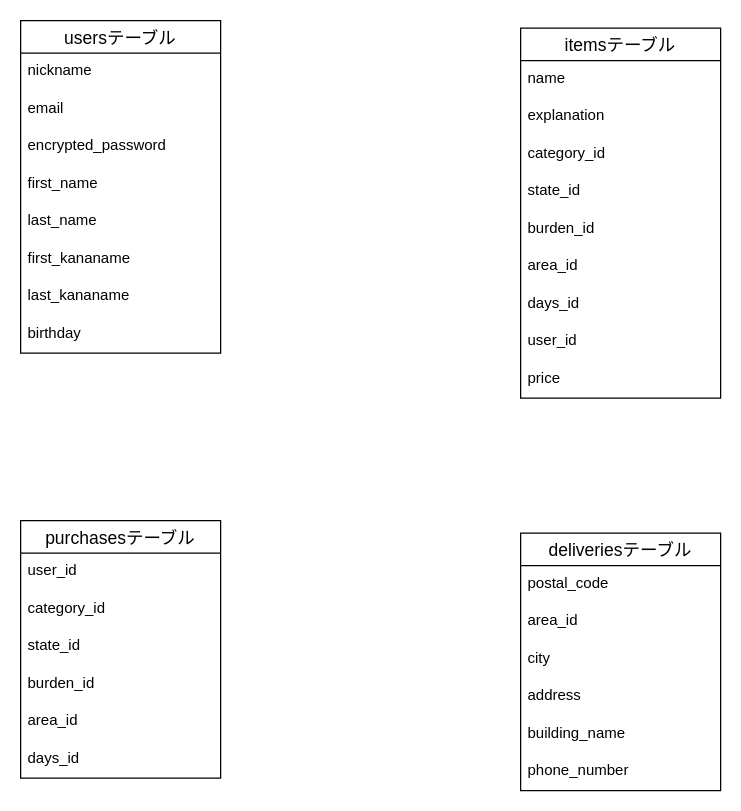
Above: er.dio in YUMASUZUKI0122/furima-33477 (draw.io), before the change. Source tidied: cells renumbered, new cells numbered last; positions are measured from the earlier drawing's top-left corner, leaving out a move shared by most shapes. Both pictures are drawn from the tidied source at 125%, with x=0, y=0 at pixel (20, 20).
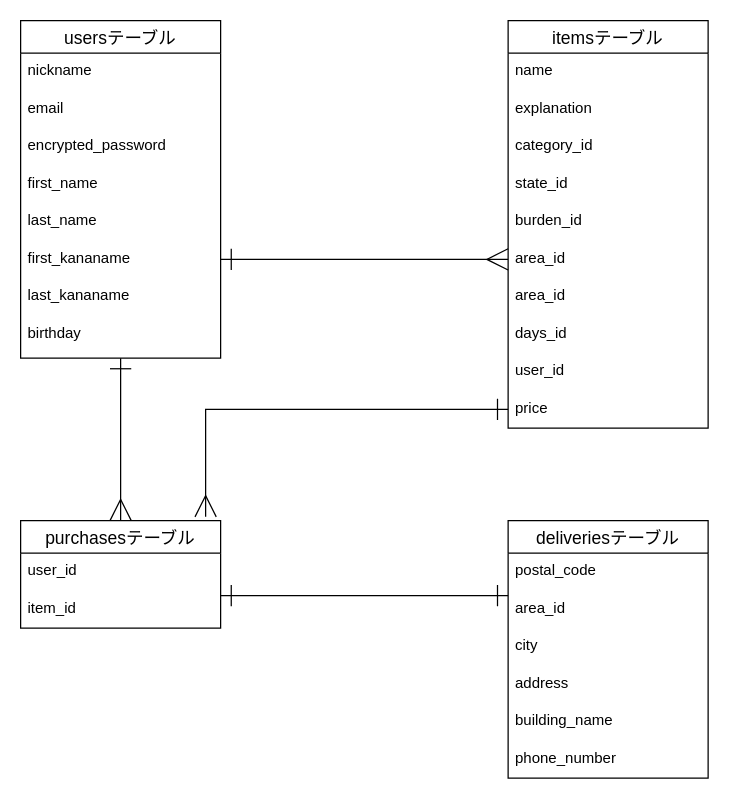
The same diagram, later.

The change refers to these unchanged cells:
```xml
<mxCell id="8" value="first_kananame" style="text;strokeColor=none;fillColor=none;spacingLeft=4;spacingRight=4;overflow=hidden;points=[[0,0.5],[1,0.5]];portConstraint=eastwest;fontSize=12;" parent="2" vertex="1">
  <mxGeometry y="176" width="160" height="30" as="geometry" />
</mxCell>
```

Change to the diagram source:
```diff
@@
+    <mxCell id="35" style="edgeStyle=orthogonalEdgeStyle;rounded=0;jettySize=auto;html=1;startArrow=ERone;startFill=0;startSize=15;endArrow=ERmany;endFill=0;endSize=15;entryX=0.5;entryY=0;entryDx=0;entryDy=0;" parent="1" edge="1" source="2" target="21">
+      <mxGeometry relative="1" as="geometry" />
+    </mxCell>
     <mxCell id="2" value="usersテーブル" style="swimlane;fontStyle=0;horizontal=1;startSize=26;align=center;fontSize=14;" parent="1" vertex="1">
-      <mxGeometry width="160" height="266" as="geometry" />
+      <mxGeometry width="160" height="270" as="geometry" />
     </mxCell>
@@
     <mxCell id="10" value="birthday" style="text;strokeColor=none;fillColor=none;spacingLeft=4;spacingRight=4;overflow=hidden;fontSize=12;" parent="2" vertex="1">
-      <mxGeometry y="236" width="160" height="30" as="geometry" />
+      <mxGeometry y="236" width="160" height="34" as="geometry" />
     </mxCell>
     <mxCell id="11" value="itemsテーブル" style="swimlane;fontStyle=0;horizontal=1;startSize=26;align=center;fontSize=14;" parent="1" vertex="1">
-      <mxGeometry x="400" y="6" width="160" height="296" as="geometry" />
+      <mxGeometry x="390" width="160" height="326" as="geometry" />
     </mxCell>
@@
+    <mxCell id="26" value="area_id" style="text;strokeColor=none;fillColor=none;spacingLeft=4;spacingRight=4;overflow=hidden;fontSize=12;" parent="11" vertex="1">
+      <mxGeometry y="176" width="160" height="30" as="geometry" />
+    </mxCell>
     <mxCell id="17" value="area_id" style="text;strokeColor=none;fillColor=none;spacingLeft=4;spacingRight=4;overflow=hidden;fontSize=12;" parent="11" vertex="1">
-      <mxGeometry y="176" width="160" height="30" as="geometry" />
+      <mxGeometry y="206" width="160" height="30" as="geometry" />
     </mxCell>
     <mxCell id="18" value="days_id" style="text;strokeColor=none;fillColor=none;spacingLeft=4;spacingRight=4;overflow=hidden;fontSize=12;" parent="11" vertex="1">
-      <mxGeometry y="206" width="160" height="30" as="geometry" />
+      <mxGeometry y="236" width="160" height="30" as="geometry" />
     </mxCell>
     <mxCell id="19" value="user_id" style="text;strokeColor=none;fillColor=none;spacingLeft=4;spacingRight=4;overflow=hidden;fontSize=12;" parent="11" vertex="1">
-      <mxGeometry y="236" width="160" height="30" as="geometry" />
+      <mxGeometry y="266" width="160" height="30" as="geometry" />
     </mxCell>
     <mxCell id="20" value="price" style="text;strokeColor=none;fillColor=none;spacingLeft=4;spacingRight=4;overflow=hidden;points=[[0,0.5],[1,0.5]];portConstraint=eastwest;fontSize=12;" parent="11" vertex="1">
-      <mxGeometry y="266" width="160" height="30" as="geometry" />
+      <mxGeometry y="296" width="160" height="30" as="geometry" />
     </mxCell>
     <mxCell id="21" value="purchasesテーブル" style="swimlane;fontStyle=0;horizontal=1;startSize=26;align=center;fontSize=14;" parent="1" vertex="1">
-      <mxGeometry y="400" width="160" height="206" as="geometry" />
+      <mxGeometry y="400" width="160" height="86" as="geometry" />
     </mxCell>
@@
-    <mxCell id="23" value="category_id" style="text;strokeColor=none;fillColor=none;spacingLeft=4;spacingRight=4;overflow=hidden;fontSize=12;" parent="21" vertex="1">
-      <mxGeometry y="56" width="160" height="30" as="geometry" />
-    </mxCell>
-    <mxCell id="24" value="state_id" style="text;strokeColor=none;fillColor=none;spacingLeft=4;spacingRight=4;overflow=hidden;fontSize=12;" parent="21" vertex="1">
-      <mxGeometry y="86" width="160" height="30" as="geometry" />
-    </mxCell>
-    <mxCell id="25" value="burden_id" style="text;strokeColor=none;fillColor=none;spacingLeft=4;spacingRight=4;overflow=hidden;fontSize=12;" parent="21" vertex="1">
-      <mxGeometry y="116" width="160" height="30" as="geometry" />
-    </mxCell>
-    <mxCell id="26" value="area_id" style="text;strokeColor=none;fillColor=none;spacingLeft=4;spacingRight=4;overflow=hidden;fontSize=12;" parent="21" vertex="1">
-      <mxGeometry y="146" width="160" height="30" as="geometry" />
-    </mxCell>
-    <mxCell id="27" value="days_id" style="text;strokeColor=none;fillColor=none;spacingLeft=4;spacingRight=4;overflow=hidden;fontSize=12;" parent="21" vertex="1">
-      <mxGeometry y="176" width="160" height="30" as="geometry" />
-    </mxCell>
+    <mxCell id="36" value="item_id" style="text;strokeColor=none;fillColor=none;spacingLeft=4;spacingRight=4;overflow=hidden;fontSize=12;" parent="21" vertex="1">
+      <mxGeometry y="56" width="160" height="30" as="geometry" />
+    </mxCell>
     <mxCell id="28" value="deliveriesテーブル" style="swimlane;fontStyle=0;horizontal=1;startSize=26;align=center;fontSize=14;" parent="1" vertex="1">
-      <mxGeometry x="400" y="410" width="160" height="206" as="geometry" />
+      <mxGeometry x="390" y="400" width="160" height="206" as="geometry" />
     </mxCell>
@@
+    <mxCell id="37" style="edgeStyle=orthogonalEdgeStyle;rounded=0;jettySize=auto;html=1;exitX=1;exitY=0.5;exitDx=0;exitDy=0;startArrow=ERone;startFill=0;endArrow=ERmany;endFill=0;startSize=15;endSize=15;" parent="1" edge="1" source="8">
+      <mxGeometry relative="1" as="geometry">
+        <mxPoint x="390" y="191" as="targetPoint" />
+      </mxGeometry>
+    </mxCell>
+    <mxCell id="38" style="edgeStyle=orthogonalEdgeStyle;rounded=0;orthogonalLoop=1;jettySize=auto;html=1;exitX=1;exitY=0.5;exitDx=0;exitDy=0;startArrow=ERone;startFill=0;startSize=15;endArrow=ERone;endFill=0;endSize=15;" parent="1" edge="1">
+      <mxGeometry relative="1" as="geometry">
+        <mxPoint x="160" y="460" as="sourcePoint" />
+        <mxPoint x="390" y="460" as="targetPoint" />
+      </mxGeometry>
+    </mxCell>
+    <mxCell id="39" style="edgeStyle=orthogonalEdgeStyle;rounded=0;jettySize=auto;html=1;exitX=0;exitY=0.5;exitDx=0;exitDy=0;entryX=0.925;entryY=-0.035;entryDx=0;entryDy=0;entryPerimeter=0;startArrow=ERone;startFill=0;startSize=15;endArrow=ERmany;endFill=0;endSize=15;" parent="1" edge="1" source="20" target="21">
+      <mxGeometry relative="1" as="geometry" />
+    </mxCell>
```
